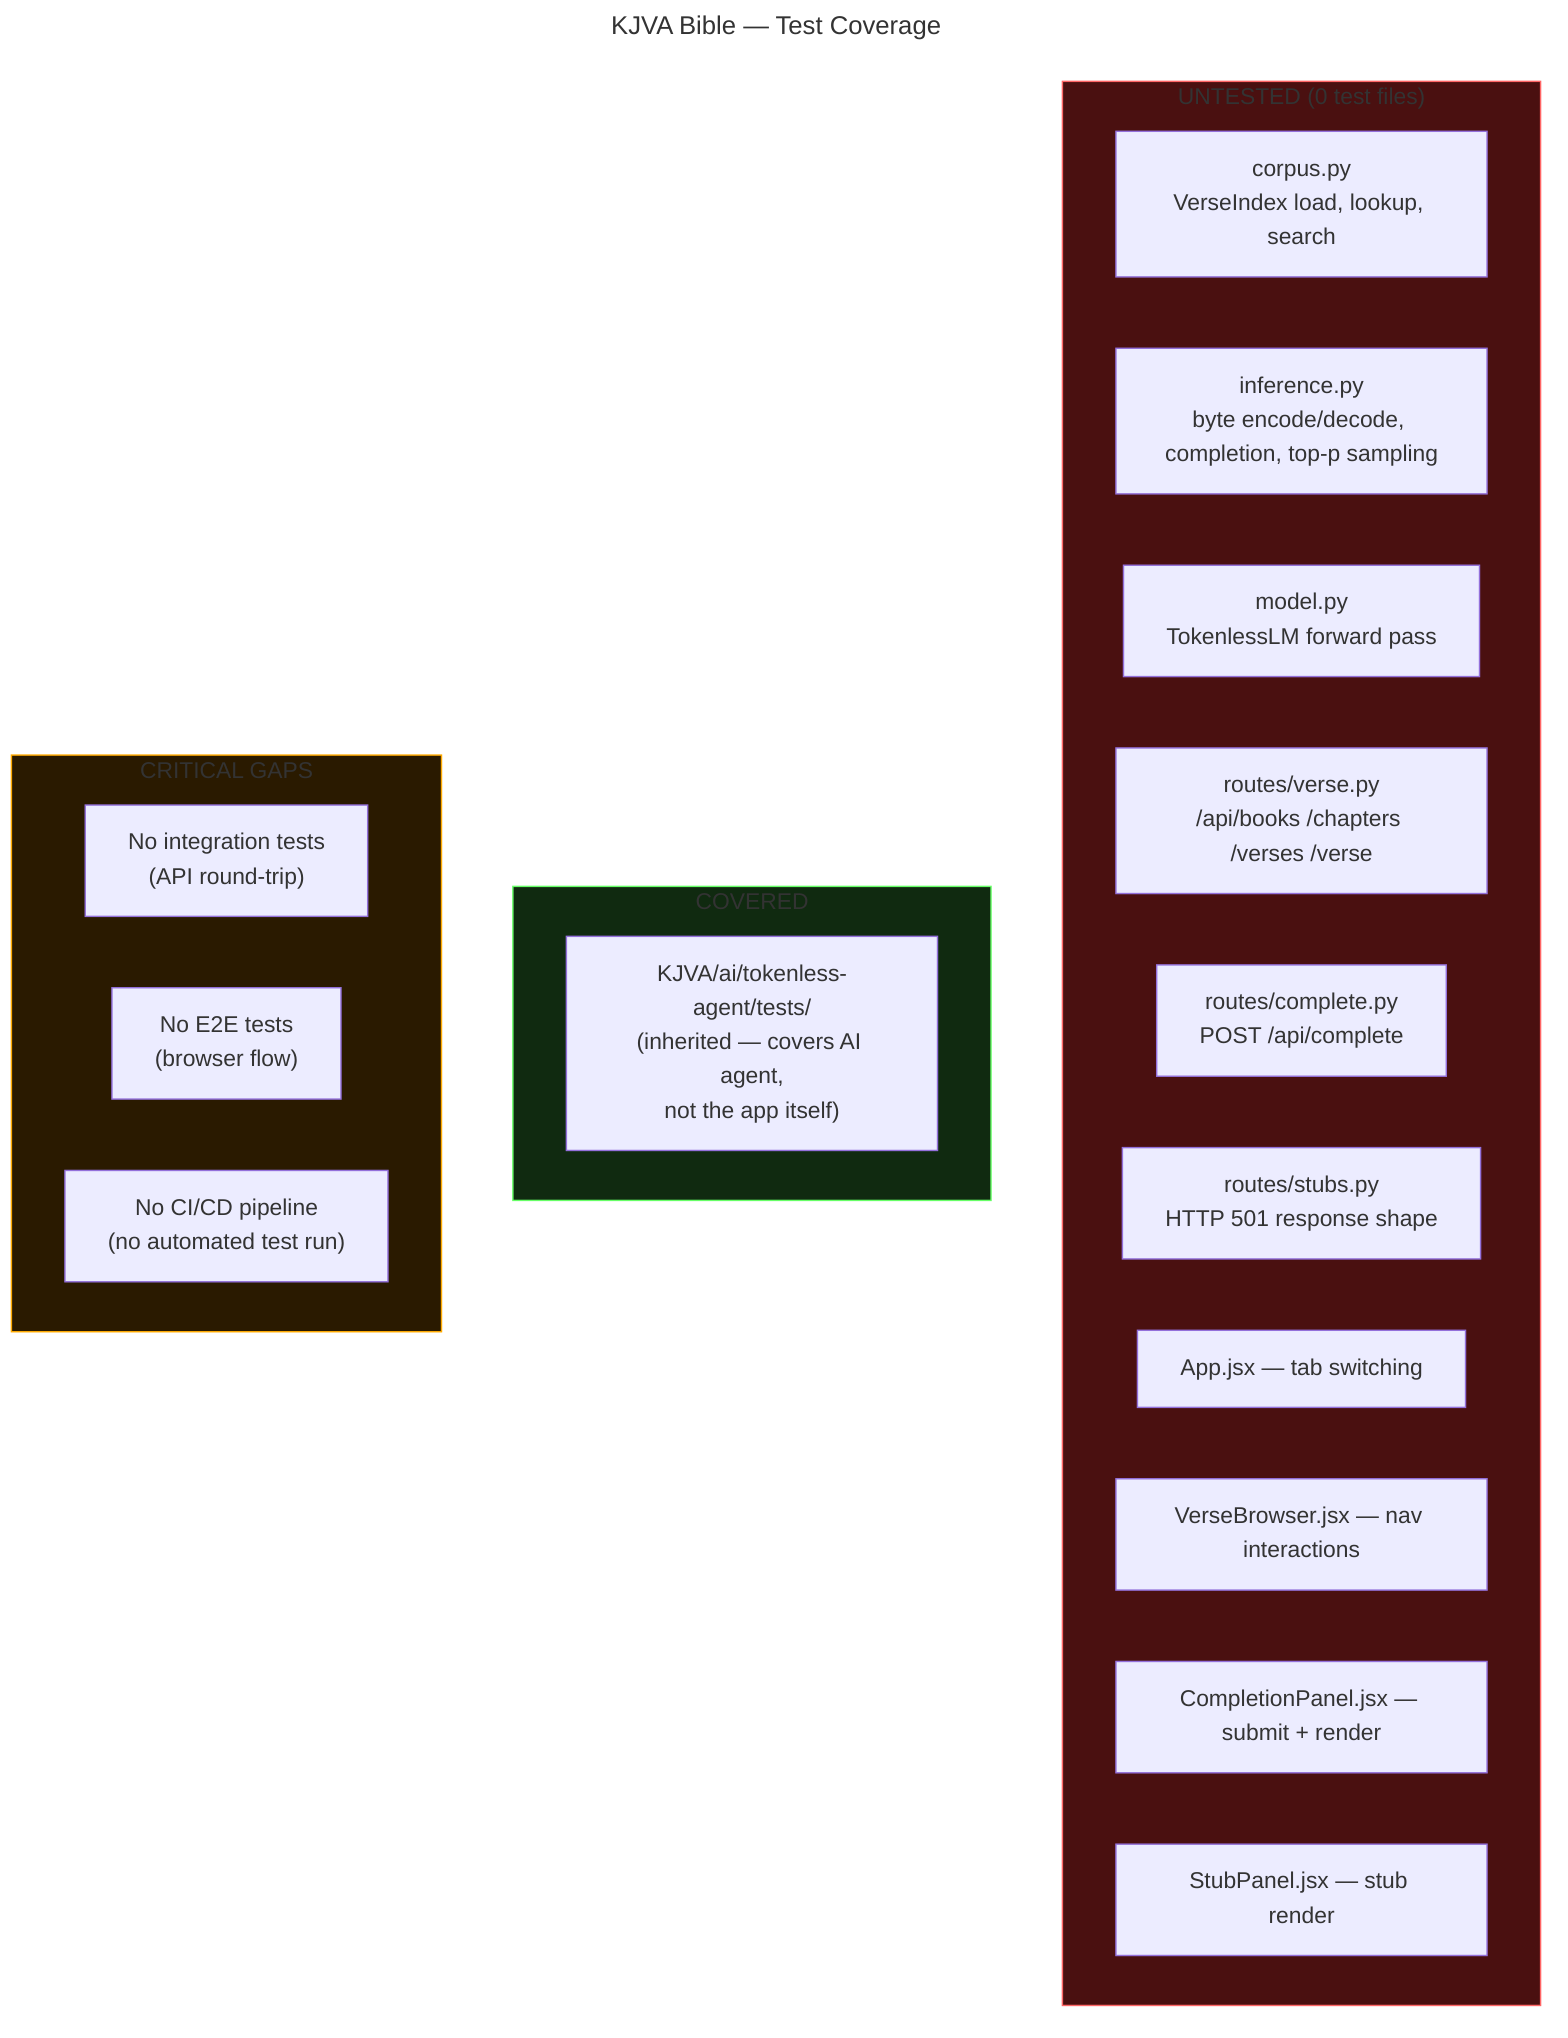
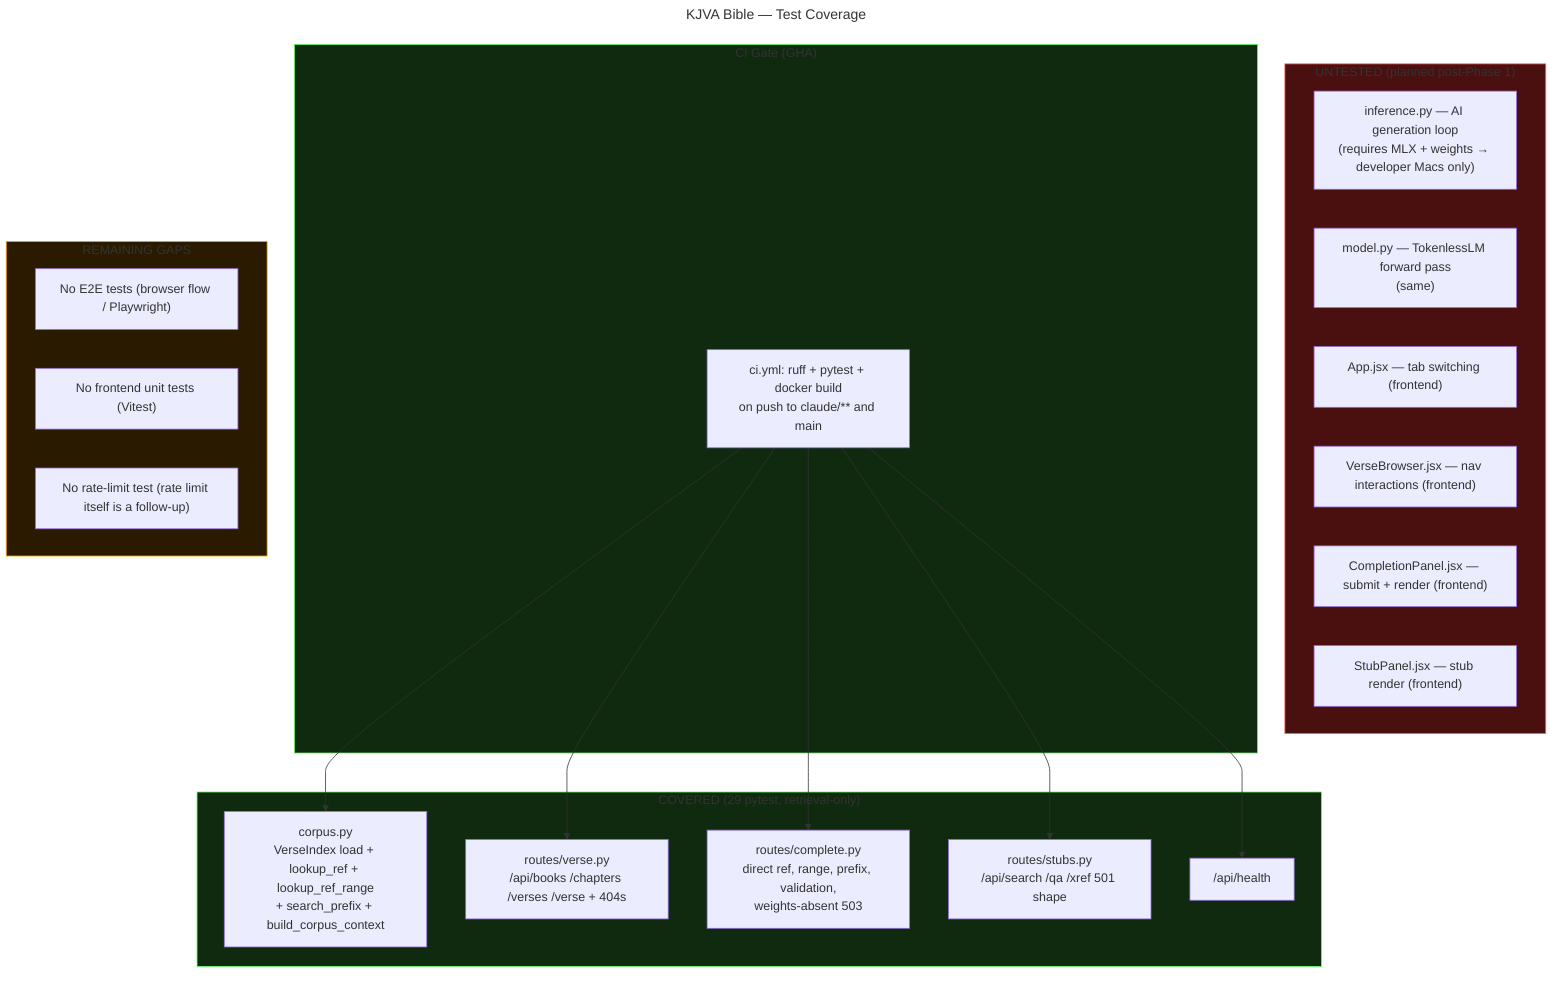
---
title: KJVA Bible — Test Coverage
status: verified
- tier: T1
+ tier: T3
last_updated: 2026-05-26
+ slice: SLICE-0001-phase1-release
---
graph TD
-     subgraph Untested["UNTESTED (0 test files)"]
-         style Untested fill:#4a1010,stroke:#f66
-         corpus_t["corpus.py\nVerseIndex load, lookup, search"]
-         inference_t["inference.py\nbyte encode/decode, completion, top-p sampling"]
-         model_t["model.py\nTokenlessLM forward pass"]
-         verse_r["routes/verse.py\n/api/books /chapters /verses /verse"]
-         complete_r["routes/complete.py\nPOST /api/complete"]
-         stubs_r["routes/stubs.py\nHTTP 501 response shape"]
-         app_t["App.jsx — tab switching"]
-         vb_t["VerseBrowser.jsx — nav interactions"]
-         cp_t["CompletionPanel.jsx — submit + render"]
-         sp_t["StubPanel.jsx — stub render"]
+     subgraph Covered_Backend["COVERED (29 pytest, retrieval-only)"]
+         style Covered_Backend fill:#102a10,stroke:#6f6
+         corpus_t["corpus.py<br/>VerseIndex load + lookup_ref + lookup_ref_range<br/>+ search_prefix + build_corpus_context"]
+         verse_r["routes/verse.py<br/>/api/books /chapters /verses /verse + 404s"]
+         complete_r["routes/complete.py<br/>direct ref, range, prefix, validation,<br/>weights-absent 503"]
+         stubs_r["routes/stubs.py<br/>/api/search /qa /xref 501 shape"]
+         health_t["/api/health"]
    end

-     subgraph Covered["COVERED"]
-         style Covered fill:#102a10,stroke:#6f6
-         kjva_agent_tests["KJVA/ai/tokenless-agent/tests/\n(inherited — covers AI agent,\nnot the app itself)"]
+     subgraph Untested["UNTESTED (planned post-Phase 1)"]
+         style Untested fill:#4a1010,stroke:#f66
+         inference_t["inference.py — AI generation loop<br/>(requires MLX + weights → developer Macs only)"]
+         model_t["model.py — TokenlessLM forward pass<br/>(same)"]
+         app_t["App.jsx — tab switching (frontend)"]
+         vb_t["VerseBrowser.jsx — nav interactions (frontend)"]
+         cp_t["CompletionPanel.jsx — submit + render (frontend)"]
+         sp_t["StubPanel.jsx — stub render (frontend)"]
    end

-     subgraph Gap["CRITICAL GAPS"]
+     subgraph CI_Gate["CI Gate (GHA)"]
+         style CI_Gate fill:#102a10,stroke:#6f6
+         gha["ci.yml: ruff + pytest + docker build<br/>on push to claude/** and main"]
+     end
+ 
+     subgraph Gap["REMAINING GAPS"]
        style Gap fill:#2a1a00,stroke:#fa0
-         no_int["No integration tests\n(API round-trip)"]
-         no_e2e["No E2E tests\n(browser flow)"]
-         no_ci["No CI/CD pipeline\n(no automated test run)"]
+         no_e2e["No E2E tests (browser flow / Playwright)"]
+         no_frontend["No frontend unit tests (Vitest)"]
+         no_rate_limit_test["No rate-limit test (rate limit itself is a follow-up)"]
    end
+ 
+     gha --> corpus_t
+     gha --> verse_r
+     gha --> complete_r
+     gha --> stubs_r
+     gha --> health_t
